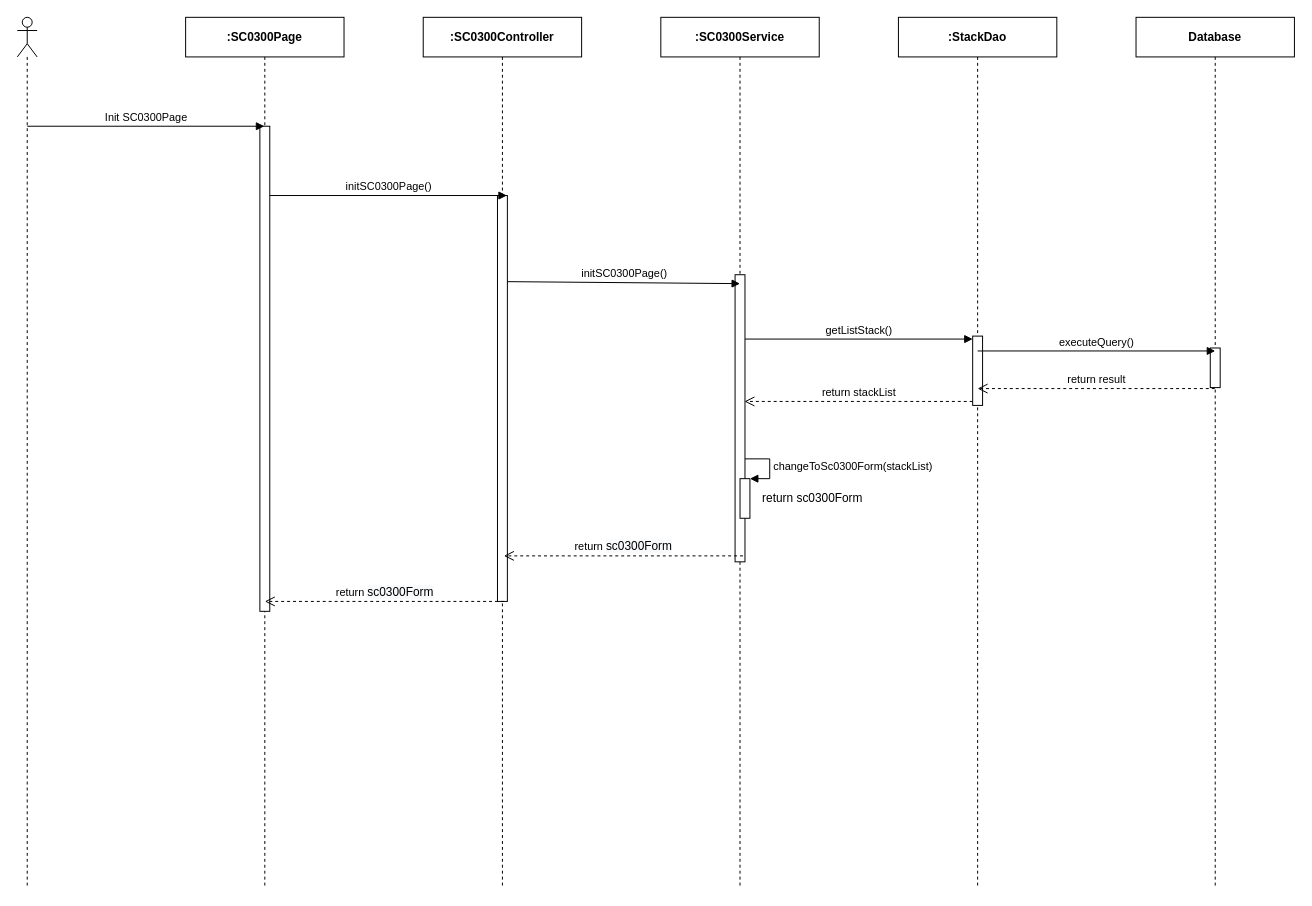
This is page "Ev01" (1 of 4) of 2. Approved/SEQ Diagram/sc03/SC0300_StackManage.drawio from luannmdev/CapstoneDocument, a draw.io file, before an edit. Source tidied: cells renumbered, new cells numbered last; positions are measured from the earlier drawing's top-left corner, leaving out a move shared by most shapes. Both pictures are drawn from the tidied source at 99%, with x=0, y=0 at pixel (17, 17).
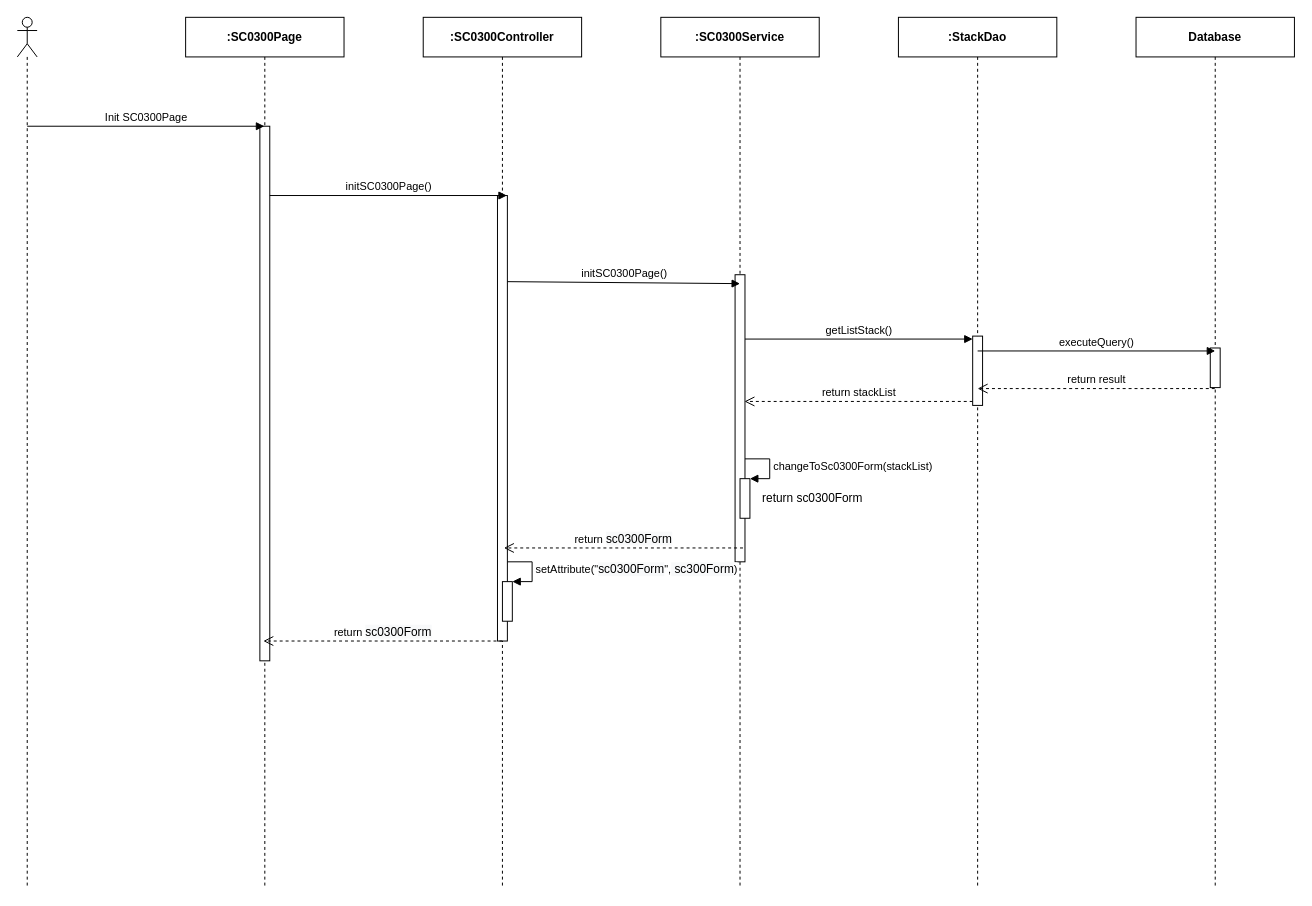
After the change.

Commit message (it also covers changes not shown here):
TruongTN add setAttribute for form

The change refers to these unchanged cells:
```xml
<mxCell id="3" value="&lt;b&gt;:SC0300Page&lt;/b&gt;" style="shape=umlLifeline;perimeter=lifelinePerimeter;whiteSpace=wrap;html=1;outlineConnect=0;" parent="1" vertex="1">
  <mxGeometry x="170" width="160" height="880" as="geometry" />
</mxCell>
<mxCell id="11" value="&lt;b&gt;:SC0300Controller&lt;/b&gt;" style="shape=umlLifeline;perimeter=lifelinePerimeter;whiteSpace=wrap;html=1;" parent="1" vertex="1">
  <mxGeometry x="410" width="160" height="880" as="geometry" />
</mxCell>
```

Change to the diagram source:
```diff
@@
     <mxCell id="4" style="html=1;perimeter=orthogonalPerimeter;" parent="3" vertex="1">
-      <mxGeometry x="75" y="110" width="10" height="490" as="geometry" />
+      <mxGeometry x="75" y="110" width="10" height="540" as="geometry" />
     </mxCell>
@@
     <mxCell id="12" style="html=1;perimeter=orthogonalPerimeter;" parent="11" vertex="1">
-      <mxGeometry x="75" y="180" width="10" height="410" as="geometry" />
+      <mxGeometry x="75" y="180" width="10" height="450" as="geometry" />
     </mxCell>
@@
     <mxCell id="16" value="return&amp;nbsp;&lt;span style=&quot;font-size: 12px ; background-color: rgb(248 , 249 , 250)&quot;&gt;sc0300Form&lt;/span&gt;" style="html=1;verticalAlign=bottom;endArrow=open;dashed=1;endSize=8;" parent="1" edge="1">
       <mxGeometry relative="1" as="geometry">
-        <mxPoint x="733" y="544" as="sourcePoint" />
-        <mxPoint x="491.5" y="544" as="targetPoint" />
+        <mxPoint x="733" y="536" as="sourcePoint" />
+        <mxPoint x="491.5" y="536" as="targetPoint" />
       </mxGeometry>
     </mxCell>
@@
     <mxCell id="24" value="return&amp;nbsp;&lt;span style=&quot;font-size: 12px ; background-color: rgb(248 , 249 , 250)&quot;&gt;sc0300Form&lt;/span&gt;" style="html=1;verticalAlign=bottom;endArrow=open;dashed=1;endSize=8;" parent="1" edge="1">
       <mxGeometry relative="1" as="geometry">
-        <mxPoint x="491.5" y="590" as="sourcePoint" />
-        <mxPoint x="250" y="590" as="targetPoint" />
+        <mxPoint x="490" y="630" as="sourcePoint" />
+        <mxPoint x="248.5" y="630" as="targetPoint" />
       </mxGeometry>
     </mxCell>
+    <mxCell id="25" style="html=1;points=[];perimeter=orthogonalPerimeter;" parent="1" vertex="1">
+      <mxGeometry x="490" y="570" width="10" height="40" as="geometry" />
+    </mxCell>
+    <mxCell id="26" value="&lt;div style=&quot;text-align: center&quot;&gt;setAttribute(&quot;&lt;span style=&quot;font-size: 12px ; text-align: center ; background-color: rgb(248 , 249 , 250)&quot;&gt;sc0300Form&lt;/span&gt;&quot;,&lt;span style=&quot;font-size: 12px ; background-color: rgb(248 , 249 , 250)&quot;&gt;&amp;nbsp;sc300Form&lt;/span&gt;)&lt;/div&gt;" style="edgeStyle=orthogonalEdgeStyle;html=1;align=left;spacingLeft=2;endArrow=block;rounded=0;entryX=1;entryY=0;" parent="1" edge="1" target="25">
+      <mxGeometry relative="1" as="geometry">
+        <mxPoint x="495" y="550" as="sourcePoint" />
+        <Array as="points">
+          <mxPoint x="520" y="550" />
+        </Array>
+      </mxGeometry>
+    </mxCell>
```
